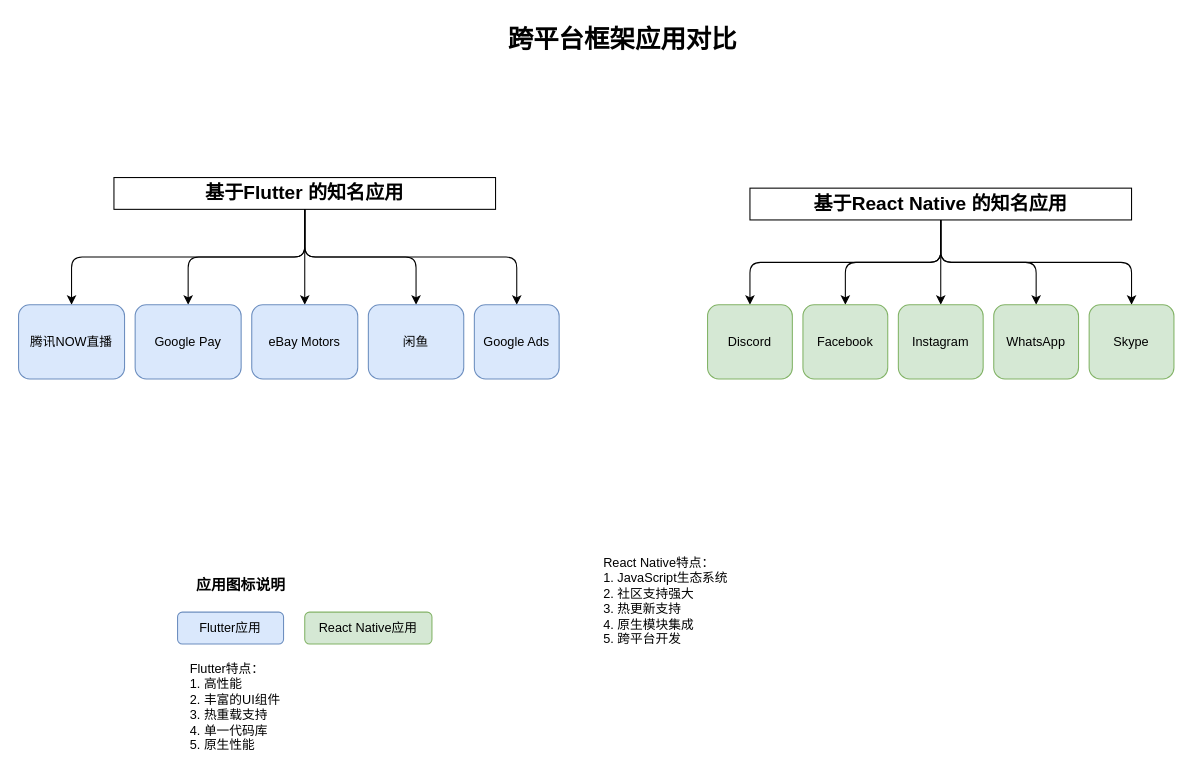
Above: docs/framework_apps.drawio in ancientElement/CyberHamster (draw.io), before the change. Source tidied: cells renumbered, new cells numbered last; positions are measured from the earlier drawing's top-left corner, leaving out a move shared by most shapes. Both pictures are drawn from the tidied source at 106%, with x=0, y=0 at pixel (18, 18).
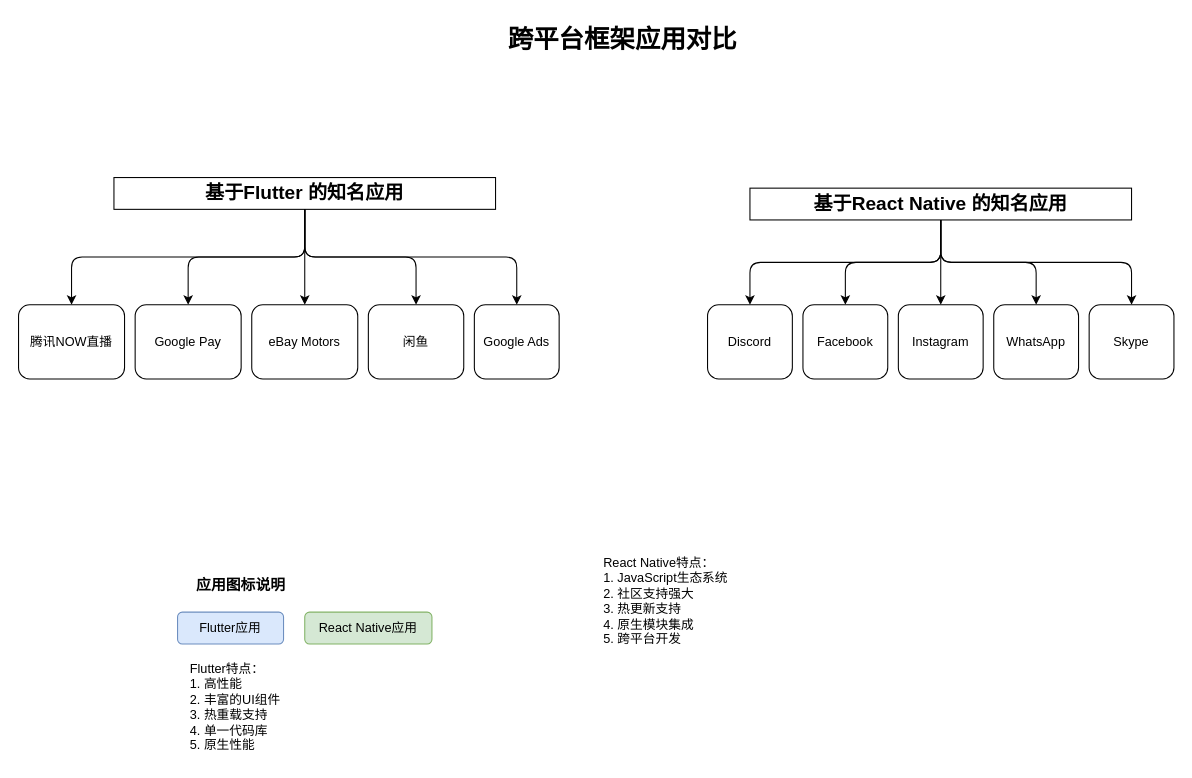
Above is the later version.

Diff of the diagram source:
```diff
@@
-    <mxCell id="8" value="基于Flutter 的知名应用" style="text;html=1;strokeColor=default;fillColor=none;align=center;verticalAlign=middle;whiteSpace=wrap;rounded=0;fontSize=18;fontStyle=1;" parent="1" vertex="1">
+    <mxCell id="8" value="基于Flutter 的知名应用" style="text;html=1;align=center;verticalAlign=middle;whiteSpace=wrap;rounded=0;fontSize=18;fontStyle=1;fillColor=none;gradientColor=none;strokeColor=default;" parent="1" vertex="1">
       <mxGeometry x="90" y="150" width="360" height="30" as="geometry" />
     </mxCell>
-    <mxCell id="9" value="Google Pay" style="rounded=1;whiteSpace=wrap;html=1;fillColor=#dae8fc;strokeColor=#6c8ebf;" parent="1" vertex="1">
+    <mxCell id="9" value="Google Pay" style="rounded=1;whiteSpace=wrap;html=1;" parent="1" vertex="1">
       <mxGeometry x="110" y="270" width="100" height="70" as="geometry" />
     </mxCell>
-    <mxCell id="10" value="Google Ads" style="rounded=1;whiteSpace=wrap;html=1;fillColor=#dae8fc;strokeColor=#6c8ebf;" parent="1" vertex="1">
+    <mxCell id="10" value="Google Ads" style="rounded=1;whiteSpace=wrap;html=1;" parent="1" vertex="1">
       <mxGeometry x="430" y="270" width="80" height="70" as="geometry" />
     </mxCell>
-    <mxCell id="11" value="eBay Motors" style="rounded=1;whiteSpace=wrap;html=1;fillColor=#dae8fc;strokeColor=#6c8ebf;" parent="1" vertex="1">
+    <mxCell id="11" value="eBay Motors" style="rounded=1;whiteSpace=wrap;html=1;" parent="1" vertex="1">
       <mxGeometry x="220" y="270" width="100" height="70" as="geometry" />
     </mxCell>
-    <mxCell id="12" value="腾讯NOW直播" style="rounded=1;whiteSpace=wrap;html=1;fillColor=#dae8fc;strokeColor=#6c8ebf;" parent="1" vertex="1">
+    <mxCell id="12" value="腾讯NOW直播" style="rounded=1;whiteSpace=wrap;html=1;" parent="1" vertex="1">
       <mxGeometry y="270" width="100" height="70" as="geometry" />
     </mxCell>
-    <mxCell id="13" value="闲鱼" style="rounded=1;whiteSpace=wrap;html=1;fillColor=#dae8fc;strokeColor=#6c8ebf;" parent="1" vertex="1">
+    <mxCell id="13" value="闲鱼" style="rounded=1;whiteSpace=wrap;html=1;" parent="1" vertex="1">
       <mxGeometry x="330" y="270" width="90" height="70" as="geometry" />
     </mxCell>
@@
-    <mxCell id="20" value="基于React Native 的知名应用" style="text;html=1;strokeColor=default;fillColor=none;align=center;verticalAlign=middle;whiteSpace=wrap;rounded=0;fontSize=18;fontStyle=1;" parent="1" vertex="1">
+    <mxCell id="20" value="基于React Native 的知名应用" style="text;html=1;align=center;verticalAlign=middle;whiteSpace=wrap;rounded=0;fontSize=18;fontStyle=1;strokeColor=default;" parent="1" vertex="1">
       <mxGeometry x="690" y="160" width="360" height="30" as="geometry" />
     </mxCell>
-    <mxCell id="21" value="Facebook" style="rounded=1;whiteSpace=wrap;html=1;fillColor=#d5e8d4;strokeColor=#82b366;" parent="1" vertex="1">
+    <mxCell id="21" value="Facebook" style="rounded=1;whiteSpace=wrap;html=1;" parent="1" vertex="1">
       <mxGeometry x="740" y="270" width="80" height="70" as="geometry" />
     </mxCell>
-    <mxCell id="22" value="Instagram" style="rounded=1;whiteSpace=wrap;html=1;fillColor=#d5e8d4;strokeColor=#82b366;" parent="1" vertex="1">
+    <mxCell id="22" value="Instagram" style="rounded=1;whiteSpace=wrap;html=1;" parent="1" vertex="1">
       <mxGeometry x="830" y="270" width="80" height="70" as="geometry" />
     </mxCell>
-    <mxCell id="23" value="WhatsApp" style="rounded=1;whiteSpace=wrap;html=1;fillColor=#d5e8d4;strokeColor=#82b366;" parent="1" vertex="1">
+    <mxCell id="23" value="WhatsApp" style="rounded=1;whiteSpace=wrap;html=1;" parent="1" vertex="1">
       <mxGeometry x="920" y="270" width="80" height="70" as="geometry" />
     </mxCell>
-    <mxCell id="24" value="Discord" style="rounded=1;whiteSpace=wrap;html=1;fillColor=#d5e8d4;strokeColor=#82b366;" parent="1" vertex="1">
+    <mxCell id="24" value="Discord" style="rounded=1;whiteSpace=wrap;html=1;" parent="1" vertex="1">
       <mxGeometry x="650" y="270" width="80" height="70" as="geometry" />
     </mxCell>
-    <mxCell id="25" value="Skype" style="rounded=1;whiteSpace=wrap;html=1;fillColor=#d5e8d4;strokeColor=#82b366;" parent="1" vertex="1">
+    <mxCell id="25" value="Skype" style="rounded=1;whiteSpace=wrap;html=1;" parent="1" vertex="1">
       <mxGeometry x="1010" y="270" width="80" height="70" as="geometry" />
     </mxCell>
```
